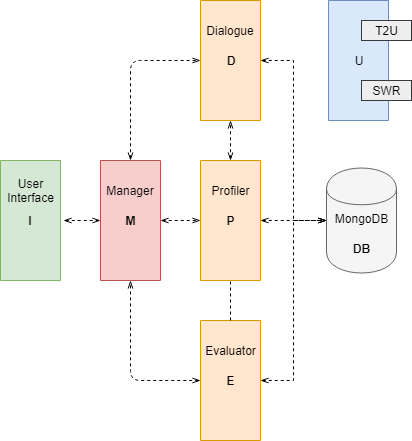
diisnc/Dialog_Agent_1819 keeps this draw.io diagram as Report/images/leonardo-architeture.png. Above is the earlier version. Source tidied: cells renumbered, new cells last; positions are measured from the earlier drawing's top-left corner, leaving out a move shared by most shapes.
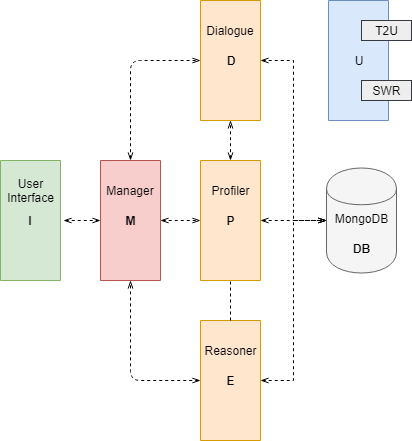
Later version of the same file.

Diff of the diagram source:
```diff
@@ -65,7 +65,7 @@
     <mxCell id="22" value="Dialogue" style="text;html=1;strokeColor=none;fillColor=none;align=center;verticalAlign=middle;whiteSpace=wrap;rounded=0;" parent="1" vertex="1">
       <mxGeometry x="240" width="40" height="20" as="geometry" />
     </mxCell>
-    <mxCell id="23" value="Evaluator" style="text;html=1;strokeColor=none;fillColor=none;align=center;verticalAlign=middle;whiteSpace=wrap;rounded=0;" parent="1" vertex="1">
+    <mxCell id="23" value="Reasoner" style="text;html=1;strokeColor=none;fillColor=none;align=center;verticalAlign=middle;whiteSpace=wrap;rounded=0;" parent="1" vertex="1">
       <mxGeometry x="240" y="320" width="40" height="20" as="geometry" />
     </mxCell>
     <mxCell id="24" value="Profiler" style="text;html=1;strokeColor=none;fillColor=none;align=center;verticalAlign=middle;whiteSpace=wrap;rounded=0;" parent="1" vertex="1">
```
